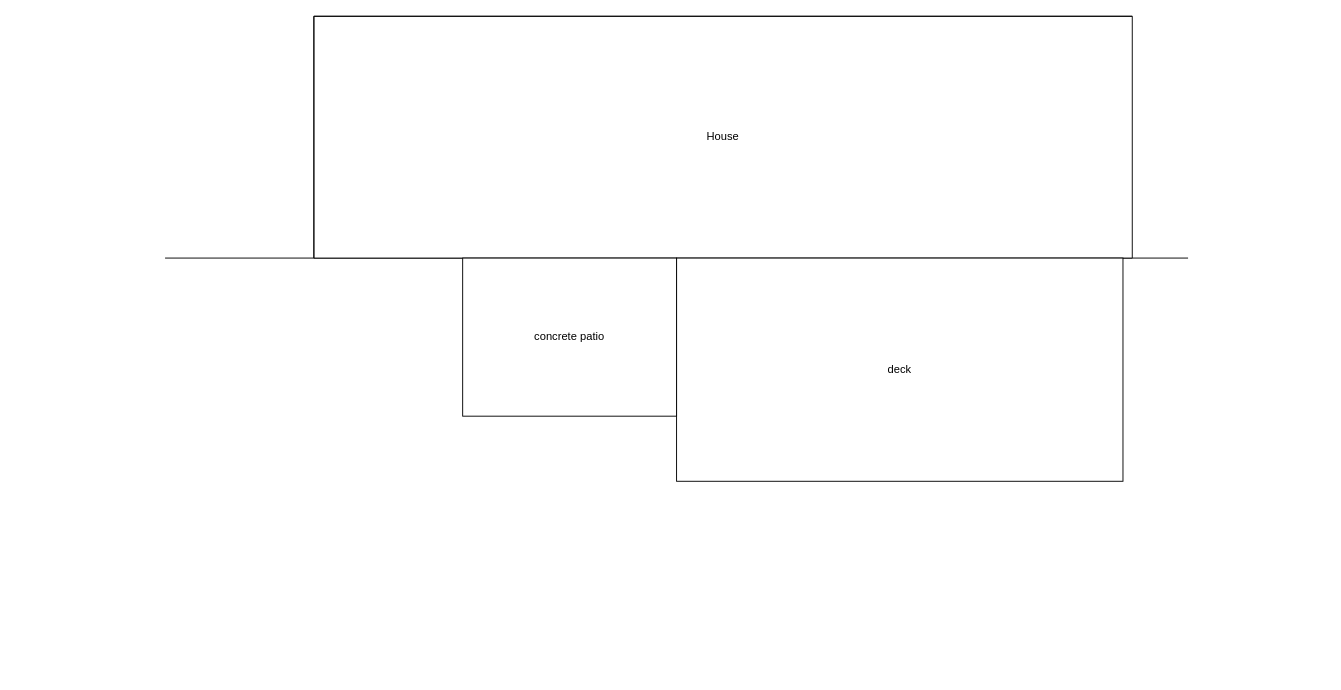
The draw.io diagram page "square" (1 of 2) of yard.drawio in gyandeeps/personal-designs, before the edit. Source tidied: cells renumbered, new cells numbered last; positions are measured from the earlier drawing's top-left corner, leaving out a move shared by most shapes. Both pictures are drawn from the tidied source at 93%, with x=0, y=0 at pixel (165, 16).
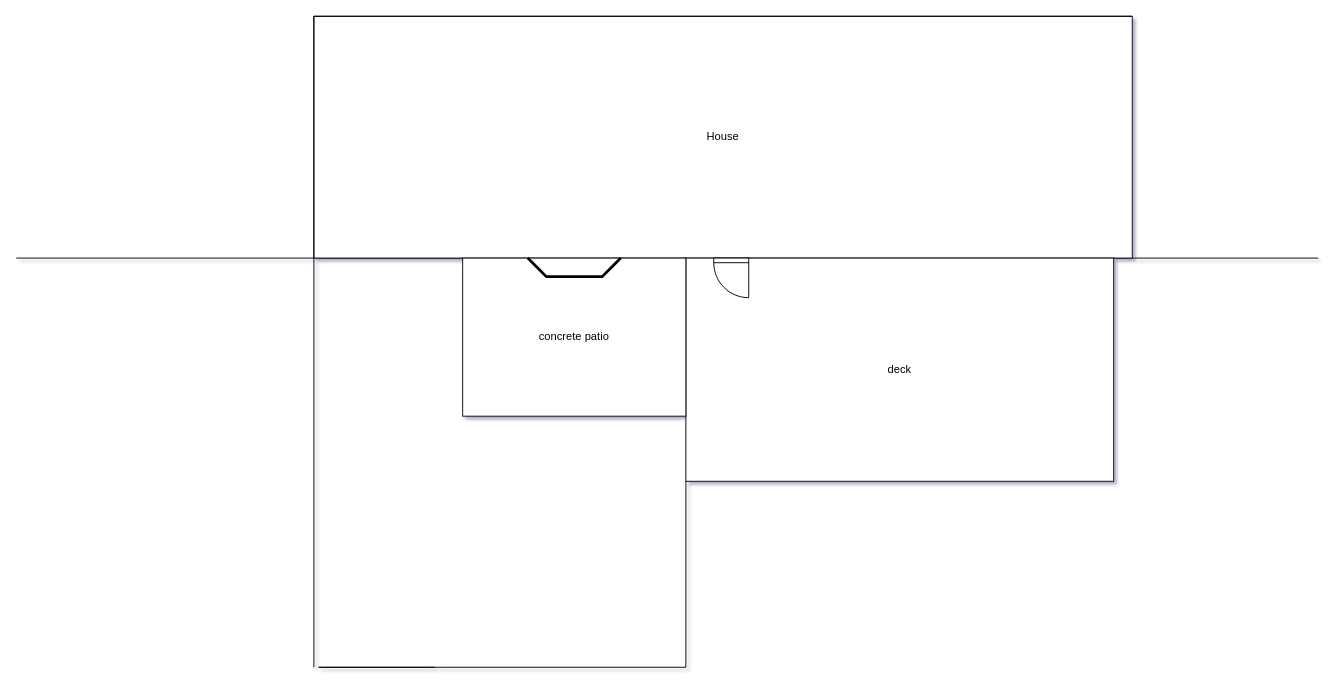
After the change.

Commit message:
Update: Add round design

Diff of the diagram source:
```diff
@@
-<mxGraphModel>
+<mxGraphModel shadow="1">
   <root>
     <mxCell id="0" />
     <mxCell id="1" parent="0" />
     <mxCell id="2" style="endArrow=none;html=1;" parent="1" edge="1">
       <mxGeometry relative="1" as="geometry">
-        <mxPoint y="260" as="sourcePoint" />
-        <mxPoint x="1100" y="260" as="targetPoint" />
+        <mxPoint x="-160" y="260" as="sourcePoint" />
+        <mxPoint x="1240" y="260" as="targetPoint" />
       </mxGeometry>
     </mxCell>
     <mxCell id="3" value="House" style="shape=cube;whiteSpace=wrap;html=1;boundedLbl=1;backgroundOutline=1;darkOpacity=0.05;darkOpacity2=0.1;size=0;" parent="1" vertex="1">
       <mxGeometry x="160" width="880" height="260" as="geometry" />
     </mxCell>
     <mxCell id="4" value="deck" style="rounded=0;whiteSpace=wrap;html=1;" parent="1" vertex="1">
-      <mxGeometry x="550" y="260" width="480" height="240" as="geometry" />
+      <mxGeometry x="560" y="260" width="460" height="240" as="geometry" />
     </mxCell>
     <mxCell id="5" value="concrete patio" style="rounded=0;whiteSpace=wrap;html=1;" parent="1" vertex="1">
-      <mxGeometry x="320" y="260" width="230" height="170" as="geometry" />
+      <mxGeometry x="320" y="260" width="240" height="170" as="geometry" />
     </mxCell>
+    <mxCell id="6" style="endArrow=none;html=1;entryX=0;entryY=0;entryDx=0;entryDy=260;entryPerimeter=0;" parent="1" edge="1" target="3">
+      <mxGeometry relative="1" as="geometry">
+        <mxPoint x="160" y="700" as="sourcePoint" />
+      </mxGeometry>
+    </mxCell>
+    <mxCell id="7" style="endArrow=none;html=1;" parent="1" edge="1">
+      <mxGeometry relative="1" as="geometry">
+        <mxPoint x="290" y="700" as="sourcePoint" />
+        <mxPoint x="560" y="700" as="targetPoint" />
+        <Array as="points">
+          <mxPoint x="160" y="700" />
+          <mxPoint x="290" y="700" />
+        </Array>
+      </mxGeometry>
+    </mxCell>
+    <mxCell id="8" style="endArrow=none;html=1;entryX=0;entryY=1;entryDx=0;entryDy=0;" parent="1" edge="1" target="4">
+      <mxGeometry relative="1" as="geometry">
+        <mxPoint x="560" y="700" as="sourcePoint" />
+      </mxGeometry>
+    </mxCell>
+    <mxCell id="9" style="verticalLabelPosition=bottom;html=1;verticalAlign=top;align=center;shape=mxgraph.floorplan.doorRight;" parent="1" vertex="1">
+      <mxGeometry x="590" y="260" width="37.6" height="40" as="geometry" />
+    </mxCell>
+    <mxCell id="10" style="verticalLabelPosition=bottom;html=1;verticalAlign=top;align=center;shape=mxgraph.floorplan.windowBow;strokeWidth=3;" parent="1" vertex="1">
+      <mxGeometry x="390" y="260" width="100" height="20" as="geometry" />
+    </mxCell>
   </root>
 </mxGraphModel>
```
